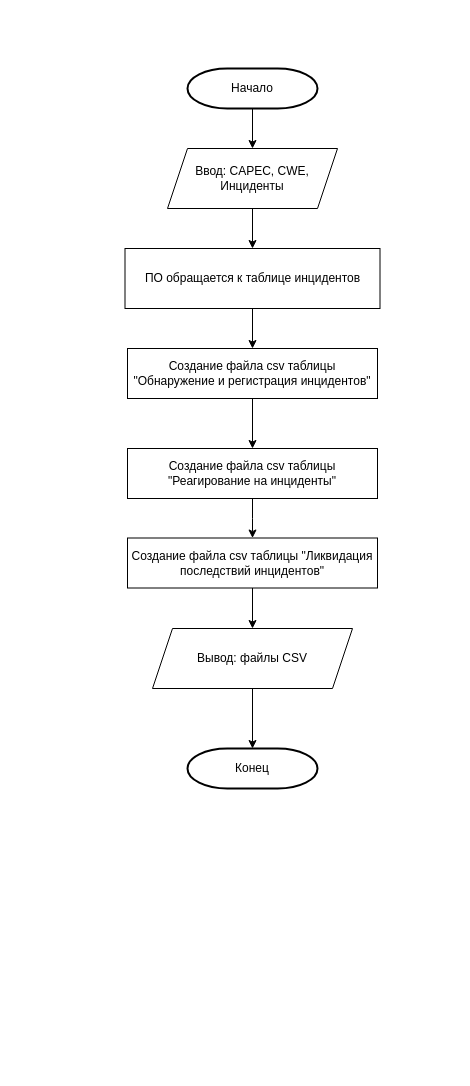
The draw.io diagram Algorithm_OPZ/(3. ЧР) 2. Алгоритм Генерация регламентов.drawio in SmirnovBogdan8/Diplom, before the edit. Source tidied: cells renumbered, new cells numbered last; positions are measured from the earlier drawing's top-left corner, leaving out a move shared by most shapes. Both pictures are drawn from the tidied source at 100%, with x=0, y=0 at pixel (125, 68).
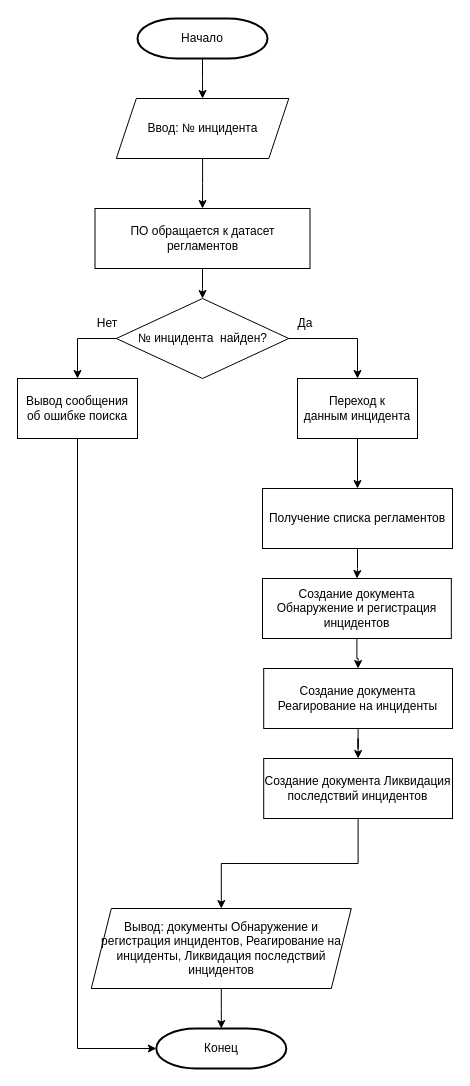
After the change.

Diff of the diagram source:
```diff
@@
-    <mxCell id="2" style="edgeStyle=orthogonalEdgeStyle;rounded=0;jettySize=auto;html=1;" parent="1" edge="1" source="3" target="6">
-      <mxGeometry relative="1" as="geometry" />
-    </mxCell>
+    <mxCell id="17" style="edgeStyle=orthogonalEdgeStyle;rounded=0;jettySize=auto;html=1;" parent="1" edge="1" source="3" target="19">
+      <mxGeometry relative="1" as="geometry" />
+    </mxCell>
     <mxCell id="3" value="Начало" style="strokeWidth=2;html=1;shape=mxgraph.flowchart.terminator;whiteSpace=wrap;" parent="1" vertex="1">
-      <mxGeometry x="62" width="130" height="40" as="geometry" />
+      <mxGeometry x="12" y="-50" width="130" height="40" as="geometry" />
     </mxCell>
     <mxCell id="4" value="Конец" style="strokeWidth=2;html=1;shape=mxgraph.flowchart.terminator;whiteSpace=wrap;" parent="1" vertex="1">
-      <mxGeometry x="62" y="680" width="130" height="40" as="geometry" />
+      <mxGeometry x="30.8" y="960" width="130" height="40" as="geometry" />
     </mxCell>
-    <mxCell id="5" style="edgeStyle=orthogonalEdgeStyle;rounded=0;jettySize=auto;html=1;" parent="1" edge="1" source="6" target="8">
-      <mxGeometry relative="1" as="geometry" />
-    </mxCell>
-    <mxCell id="6" value="Ввод: CAPEC, CWE, Инциденты" style="shape=parallelogram;perimeter=parallelogramPerimeter;whiteSpace=wrap;html=1;fixedSize=1;" parent="1" vertex="1">
-      <mxGeometry x="42" y="80" width="170" height="60" as="geometry" />
-    </mxCell>
-    <mxCell id="7" style="edgeStyle=orthogonalEdgeStyle;rounded=0;jettySize=auto;html=1;" parent="1" edge="1" source="8" target="10">
-      <mxGeometry relative="1" as="geometry" />
-    </mxCell>
-    <mxCell id="8" value="ПО обращается к таблице инцидентов" style="rounded=0;whiteSpace=wrap;html=1;" parent="1" vertex="1">
-      <mxGeometry x="-0.5" y="180" width="255" height="60" as="geometry" />
-    </mxCell>
-    <mxCell id="9" style="edgeStyle=orthogonalEdgeStyle;rounded=0;jettySize=auto;html=1;" parent="1" edge="1" source="10" target="14">
-      <mxGeometry relative="1" as="geometry" />
-    </mxCell>
-    <mxCell id="10" value="Создание файла csv таблицы &quot;Обнаружение и регистрация инцидентов&quot;" style="rounded=0;whiteSpace=wrap;html=1;" parent="1" vertex="1">
-      <mxGeometry x="2" y="280" width="250" height="50" as="geometry" />
-    </mxCell>
-    <mxCell id="11" style="edgeStyle=orthogonalEdgeStyle;rounded=0;jettySize=auto;html=1;" parent="1" edge="1" source="12" target="4">
-      <mxGeometry relative="1" as="geometry" />
-    </mxCell>
-    <mxCell id="12" value="Вывод: файлы CSV" style="shape=parallelogram;perimeter=parallelogramPerimeter;whiteSpace=wrap;html=1;fixedSize=1;" parent="1" vertex="1">
-      <mxGeometry x="27" y="560" width="200" height="60" as="geometry" />
-    </mxCell>
-    <mxCell id="13" style="edgeStyle=orthogonalEdgeStyle;rounded=0;jettySize=auto;html=1;" parent="1" edge="1" source="14" target="16">
-      <mxGeometry relative="1" as="geometry" />
-    </mxCell>
-    <mxCell id="14" value="Создание файла csv таблицы &quot;Реагирование на инциденты&quot;" style="rounded=0;whiteSpace=wrap;html=1;" parent="1" vertex="1">
-      <mxGeometry x="2" y="380" width="250" height="50" as="geometry" />
-    </mxCell>
-    <mxCell id="15" style="edgeStyle=orthogonalEdgeStyle;rounded=0;jettySize=auto;html=1;" parent="1" edge="1" source="16" target="12">
-      <mxGeometry relative="1" as="geometry" />
-    </mxCell>
-    <mxCell id="16" value="Создание файла csv таблицы &quot;Ликвидация последствий инцидентов&quot;" style="rounded=0;whiteSpace=wrap;html=1;" parent="1" vertex="1">
-      <mxGeometry x="2" y="469.5" width="250" height="50" as="geometry" />
-    </mxCell>
+    <mxCell id="18" style="edgeStyle=orthogonalEdgeStyle;rounded=0;jettySize=auto;html=1;" parent="1" edge="1" source="19" target="21">
+      <mxGeometry relative="1" as="geometry" />
+    </mxCell>
+    <mxCell id="19" value="Ввод: № инцидента" style="shape=parallelogram;perimeter=parallelogramPerimeter;whiteSpace=wrap;html=1;fixedSize=1;" parent="1" vertex="1">
+      <mxGeometry x="-9.2" y="30" width="172.5" height="60" as="geometry" />
+    </mxCell>
+    <mxCell id="20" style="edgeStyle=orthogonalEdgeStyle;rounded=0;jettySize=auto;html=1;" parent="1" edge="1" source="21" target="24">
+      <mxGeometry relative="1" as="geometry" />
+    </mxCell>
+    <mxCell id="21" value="ПО обращается к датасет регламентов" style="rounded=0;whiteSpace=wrap;html=1;" parent="1" vertex="1">
+      <mxGeometry x="-30.5" y="140" width="215" height="60" as="geometry" />
+    </mxCell>
+    <mxCell id="22" style="edgeStyle=orthogonalEdgeStyle;rounded=0;jettySize=auto;html=1;exitX=0;exitY=0.5;exitDx=0;exitDy=0;entryX=0.5;entryY=0;entryDx=0;entryDy=0;" parent="1" edge="1" source="24" target="25">
+      <mxGeometry relative="1" as="geometry" />
+    </mxCell>
+    <mxCell id="23" style="edgeStyle=orthogonalEdgeStyle;rounded=0;jettySize=auto;html=1;exitX=1;exitY=0.5;exitDx=0;exitDy=0;entryX=0.5;entryY=0;entryDx=0;entryDy=0;" parent="1" edge="1" source="24" target="27">
+      <mxGeometry relative="1" as="geometry" />
+    </mxCell>
+    <mxCell id="24" value="№ инцидента&amp;nbsp; найден?" style="rhombus;whiteSpace=wrap;html=1;" parent="1" vertex="1">
+      <mxGeometry x="-9.2" y="230" width="172.5" height="80" as="geometry" />
+    </mxCell>
+    <mxCell id="25" value="Вывод сообщения об ошибке поиска" style="rounded=0;whiteSpace=wrap;html=1;" parent="1" vertex="1">
+      <mxGeometry x="-108" y="310" width="120" height="60" as="geometry" />
+    </mxCell>
+    <mxCell id="26" style="edgeStyle=orthogonalEdgeStyle;rounded=0;jettySize=auto;html=1;" parent="1" edge="1" source="27" target="29">
+      <mxGeometry relative="1" as="geometry" />
+    </mxCell>
+    <mxCell id="27" value="Переход к данным&amp;nbsp;инцидента" style="rounded=0;whiteSpace=wrap;html=1;" parent="1" vertex="1">
+      <mxGeometry x="172" y="310" width="120" height="60" as="geometry" />
+    </mxCell>
+    <mxCell id="28" style="edgeStyle=orthogonalEdgeStyle;rounded=0;jettySize=auto;html=1;" parent="1" edge="1" source="29" target="34">
+      <mxGeometry relative="1" as="geometry" />
+    </mxCell>
+    <mxCell id="29" value="Получение списка регламентов" style="rounded=0;whiteSpace=wrap;html=1;" parent="1" vertex="1">
+      <mxGeometry x="137" y="420" width="190" height="60" as="geometry" />
+    </mxCell>
+    <mxCell id="30" value="Да" style="text;html=1;align=center;verticalAlign=middle;whiteSpace=wrap;rounded=0;" parent="1" vertex="1">
+      <mxGeometry x="149.5" y="240" width="60" height="30" as="geometry" />
+    </mxCell>
+    <mxCell id="31" value="Нет" style="text;html=1;align=center;verticalAlign=middle;whiteSpace=wrap;rounded=0;" parent="1" vertex="1">
+      <mxGeometry x="-48" y="240" width="60" height="30" as="geometry" />
+    </mxCell>
+    <mxCell id="32" style="edgeStyle=orthogonalEdgeStyle;rounded=0;jettySize=auto;html=1;exitX=0.5;exitY=1;exitDx=0;exitDy=0;entryX=0;entryY=0.5;entryDx=0;entryDy=0;entryPerimeter=0;" parent="1" edge="1" source="25" target="4">
+      <mxGeometry relative="1" as="geometry" />
+    </mxCell>
+    <mxCell id="33" style="edgeStyle=orthogonalEdgeStyle;rounded=0;jettySize=auto;html=1;" parent="1" edge="1" source="34" target="38">
+      <mxGeometry relative="1" as="geometry" />
+    </mxCell>
+    <mxCell id="34" value="Создание документа Обнаружение и регистрация инцидентов" style="rounded=0;whiteSpace=wrap;html=1;" parent="1" vertex="1">
+      <mxGeometry x="137" y="510" width="188.8" height="60" as="geometry" />
+    </mxCell>
+    <mxCell id="35" style="edgeStyle=orthogonalEdgeStyle;rounded=0;jettySize=auto;html=1;" parent="1" edge="1" source="36" target="4">
+      <mxGeometry relative="1" as="geometry" />
+    </mxCell>
+    <mxCell id="36" value="Вывод: документы Обнаружение и регистрация инцидентов, Реагирование на инциденты, Ликвидация последствий инцидентов" style="shape=parallelogram;perimeter=parallelogramPerimeter;whiteSpace=wrap;html=1;fixedSize=1;" parent="1" vertex="1">
+      <mxGeometry x="-34.2" y="840" width="260" height="80" as="geometry" />
+    </mxCell>
+    <mxCell id="37" style="edgeStyle=orthogonalEdgeStyle;rounded=0;jettySize=auto;html=1;" parent="1" edge="1" source="38" target="40">
+      <mxGeometry relative="1" as="geometry" />
+    </mxCell>
+    <mxCell id="38" value="Создание документа Реагирование на инциденты" style="rounded=0;whiteSpace=wrap;html=1;" parent="1" vertex="1">
+      <mxGeometry x="138.2" y="600" width="188.8" height="60" as="geometry" />
+    </mxCell>
+    <mxCell id="39" style="edgeStyle=orthogonalEdgeStyle;rounded=0;jettySize=auto;html=1;entryX=0.5;entryY=0;entryDx=0;entryDy=0;" parent="1" edge="1" source="40" target="36">
+      <mxGeometry relative="1" as="geometry" />
+    </mxCell>
+    <mxCell id="40" value="Создание документа Ликвидация последствий инцидентов" style="rounded=0;whiteSpace=wrap;html=1;" parent="1" vertex="1">
+      <mxGeometry x="138.2" y="690" width="188.8" height="60" as="geometry" />
+    </mxCell>
```
